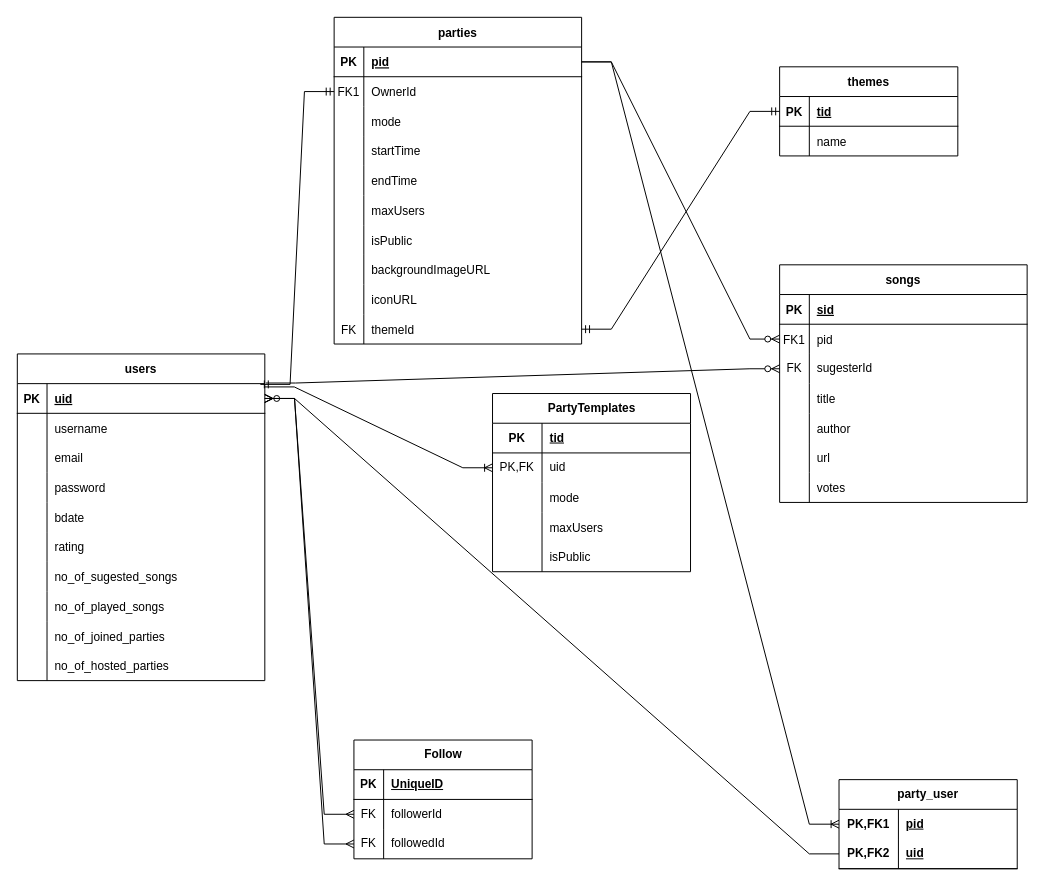
Above: docs/PMA_database.drawio in DavidUKr/PartyMusicApp (draw.io), before the change. Source tidied: cells renumbered, new cells numbered last; positions are measured from the earlier drawing's top-left corner, leaving out a move shared by most shapes. Both pictures are drawn from the tidied source at 99%, with x=0, y=0 at pixel (17, 17).
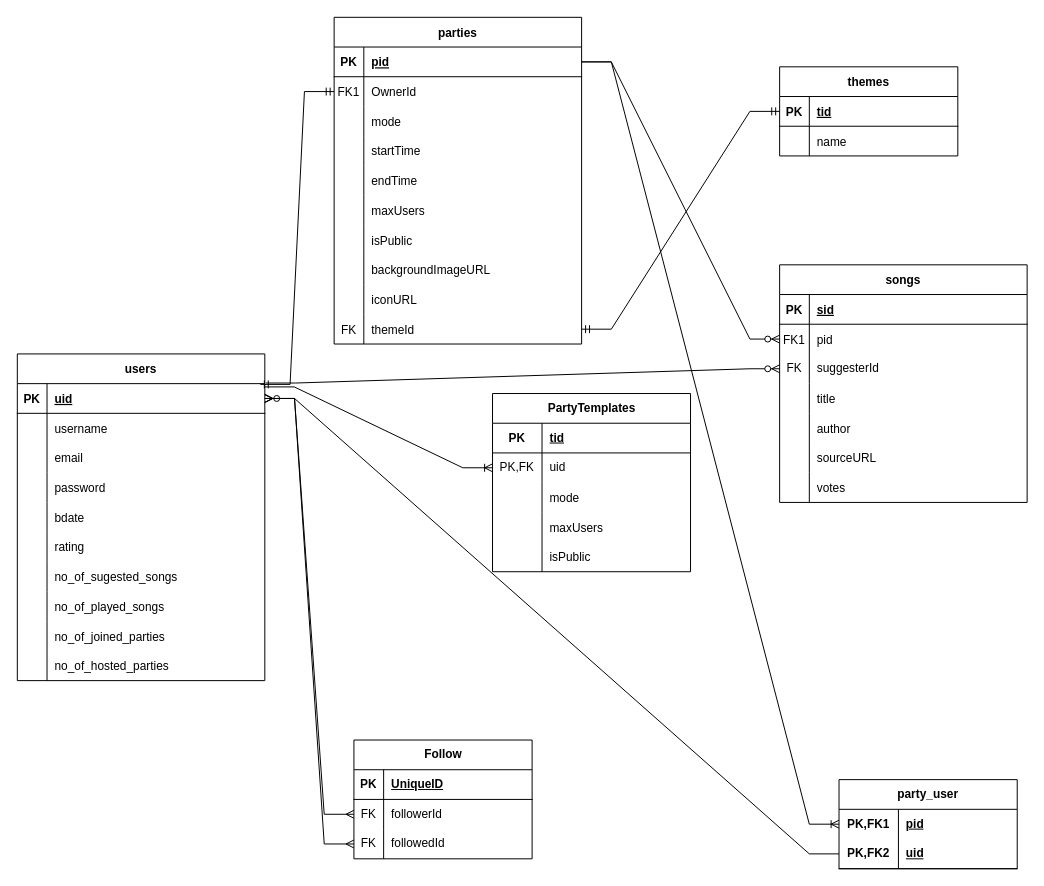
After the change.

Unchanged cells that the change refers to:
```xml
<mxCell id="9" style="shape=tableRow;horizontal=0;startSize=0;swimlaneHead=0;swimlaneBody=0;fillColor=none;points=[[0,0.5],[1,0.5]];portConstraint=eastwest;top=0;left=0;right=0;bottom=0;" parent="2" vertex="1">
  <mxGeometry y="90" width="250" height="30" as="geometry" />
</mxCell>
<mxCell id="18" style="shape=tableRow;horizontal=0;startSize=0;swimlaneHead=0;swimlaneBody=0;fillColor=none;top=0;left=0;right=0;bottom=0;" parent="2" vertex="1">
  <mxGeometry y="180" width="250" height="30" as="geometry" />
</mxCell>
```

Change to the diagram source:
```diff
@@
-    <mxCell id="11" value="sugesterId" style="shape=partialRectangle;fillColor=none;top=0;left=0;bottom=0;right=0;align=left;spacingLeft=6;fontStyle=0;overflow=hidden;whiteSpace=wrap;html=1;" parent="9" vertex="1">
+    <mxCell id="11" value="suggesterId" style="shape=partialRectangle;fillColor=none;top=0;left=0;bottom=0;right=0;align=left;spacingLeft=6;fontStyle=0;overflow=hidden;whiteSpace=wrap;html=1;" parent="9" vertex="1">
       <mxGeometry x="30" width="220" height="30" as="geometry" />
     </mxCell>
@@
-    <mxCell id="20" value="url" style="shape=partialRectangle;fillColor=none;top=0;left=0;bottom=0;right=0;align=left;spacingLeft=6;overflow=hidden;" parent="18" vertex="1">
+    <mxCell id="20" value="sourceURL" style="shape=partialRectangle;fillColor=none;top=0;left=0;bottom=0;right=0;align=left;spacingLeft=6;overflow=hidden;" parent="18" vertex="1">
       <mxGeometry x="30" width="220" height="30" as="geometry" />
     </mxCell>
```
